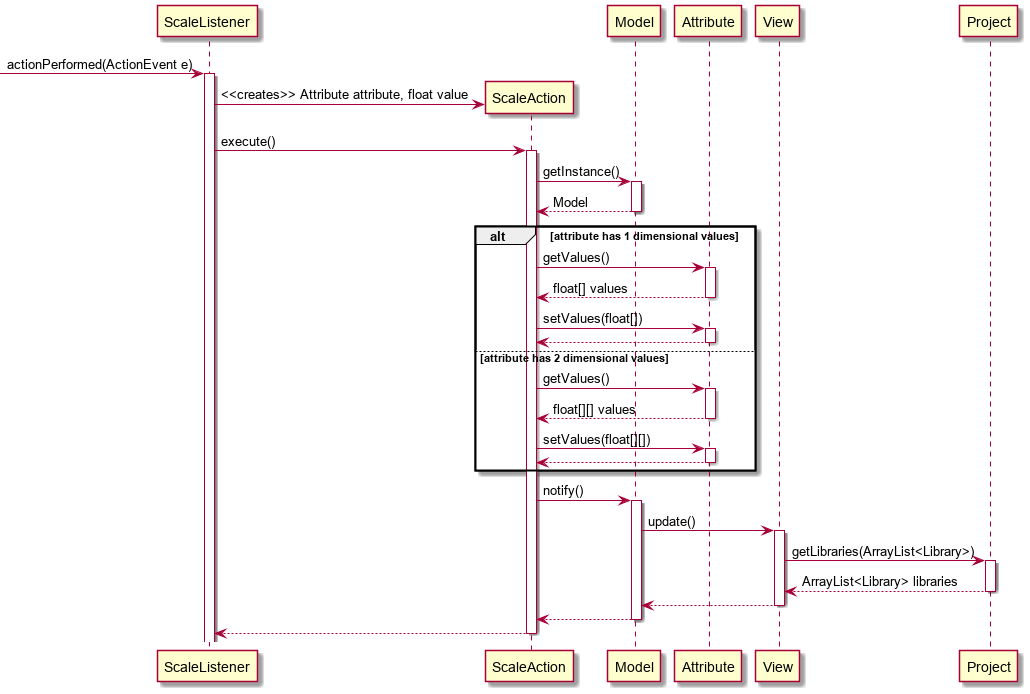
AlpTorac/PSE-Report keeps this PlantUML diagram as Design Phase/Images/scalingvalues.png. Above is the earlier version.
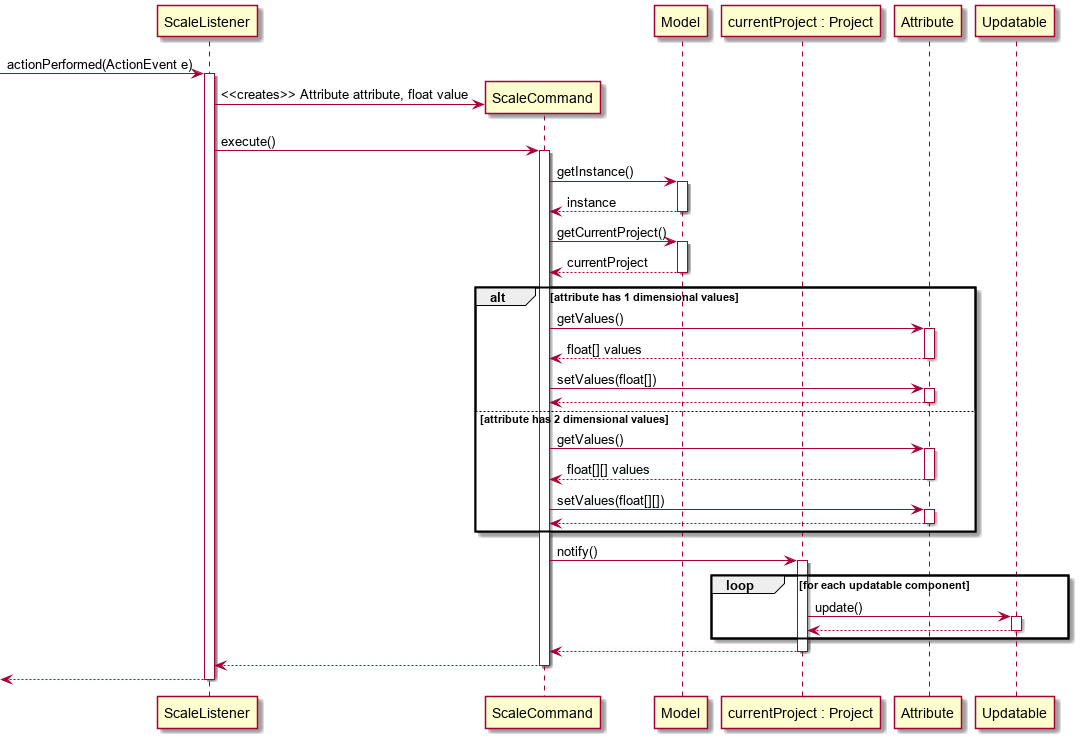
The same file after the commit.

Diff of the diagram source:
```diff
@@ -1,39 +1,45 @@
 @startuml
 -> ScaleListener : actionPerformed(ActionEvent e)
 activate ScaleListener
-ScaleListener -> ScaleAction ** : <<creates>> Attribute attribute, float value
+ScaleListener -> ScaleCommand ** : <<creates>> Attribute attribute, float value
 
-ScaleListener -> ScaleAction : execute()
-activate ScaleAction
+ScaleListener -> ScaleCommand : execute()
+activate ScaleCommand
 
-ScaleAction -> Model : getInstance()
+ScaleCommand -> Model : getInstance()
 activate Model
-return Model
+return instance
+
+ScaleCommand -> Model : getCurrentProject()
+activate Model
+return currentProject
+participant "currentProject : Project" as currentProject
+
 alt attribute has 1 dimensional values
-ScaleAction -> Attribute : getValues()
+ScaleCommand -> Attribute : getValues()
 activate Attribute
 return float[] values
-ScaleAction -> Attribute : setValues(float[])
+ScaleCommand -> Attribute : setValues(float[])
 activate Attribute
 return
 else attribute has 2 dimensional values
-ScaleAction -> Attribute : getValues()
+ScaleCommand -> Attribute : getValues()
 activate Attribute
 return float[][] values
-ScaleAction -> Attribute : setValues(float[][])
+ScaleCommand -> Attribute : setValues(float[][])
 activate Attribute
 return
 end
 
-ScaleAction -> Model: notify()
-activate Model
+ScaleCommand -> currentProject: notify()
+activate currentProject
 
-Model -> View : update()
-activate View
+loop for each updatable component
+currentProject -> Updatable : update()
+activate Updatable
+return
+end
 
-View -> Project : getLibraries(ArrayList<Library>)
-activate Project
-return ArrayList<Library> libraries
 return
 return
 return
```
